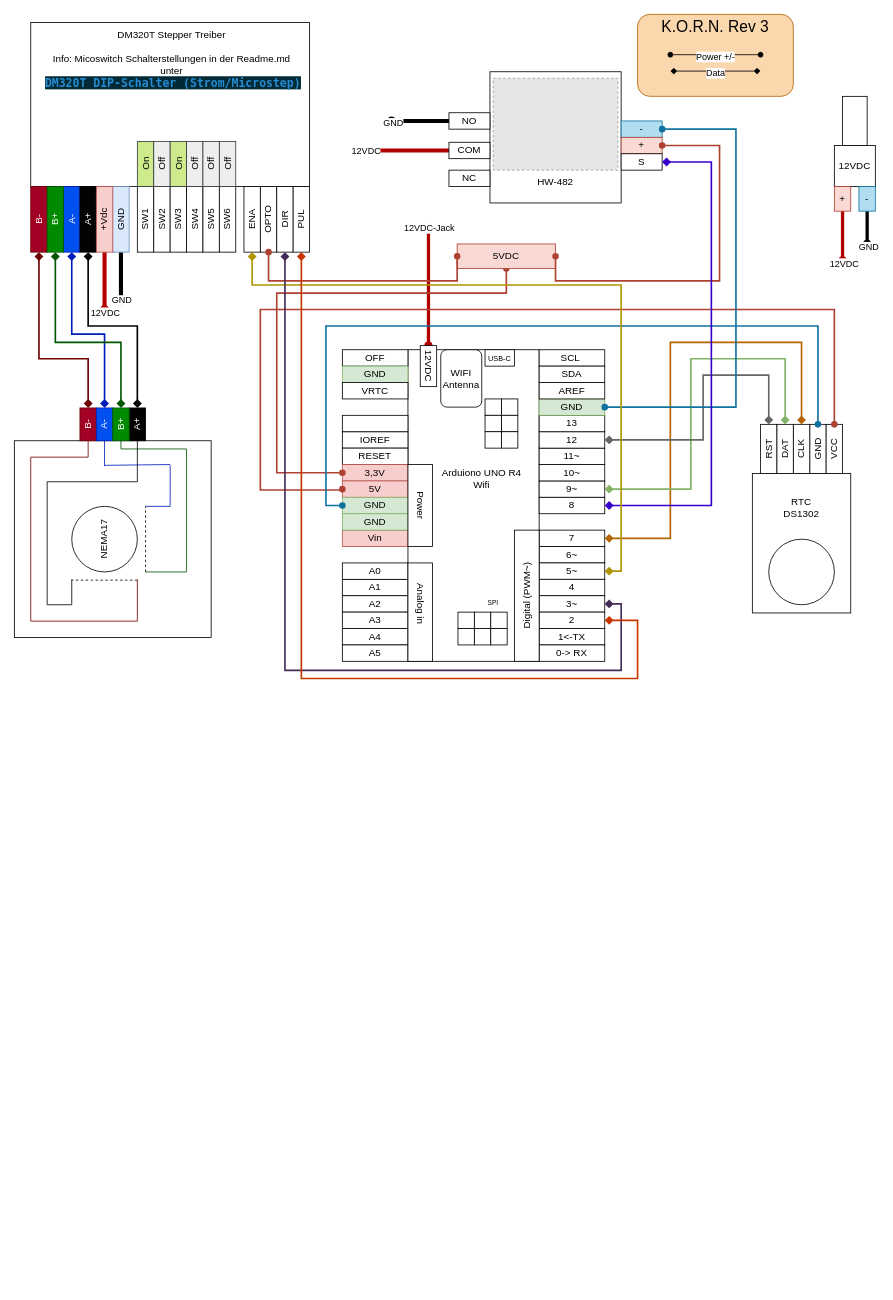
This is KORN_Rev3/pics_video_additional-info/KORN-Schaltplan.drawio from jinxblackzoo/K.O.R.N., a draw.io file, before an edit. Source tidied: cells renumbered, new cells numbered last; positions are measured from the earlier drawing's top-left corner, leaving out a move shared by most shapes. Both pictures are drawn from the tidied source at 82%, with x=0, y=0 at pixel (-2, -35). Pictures stored in the file or linked from it are replaced by grey dashed boxes.
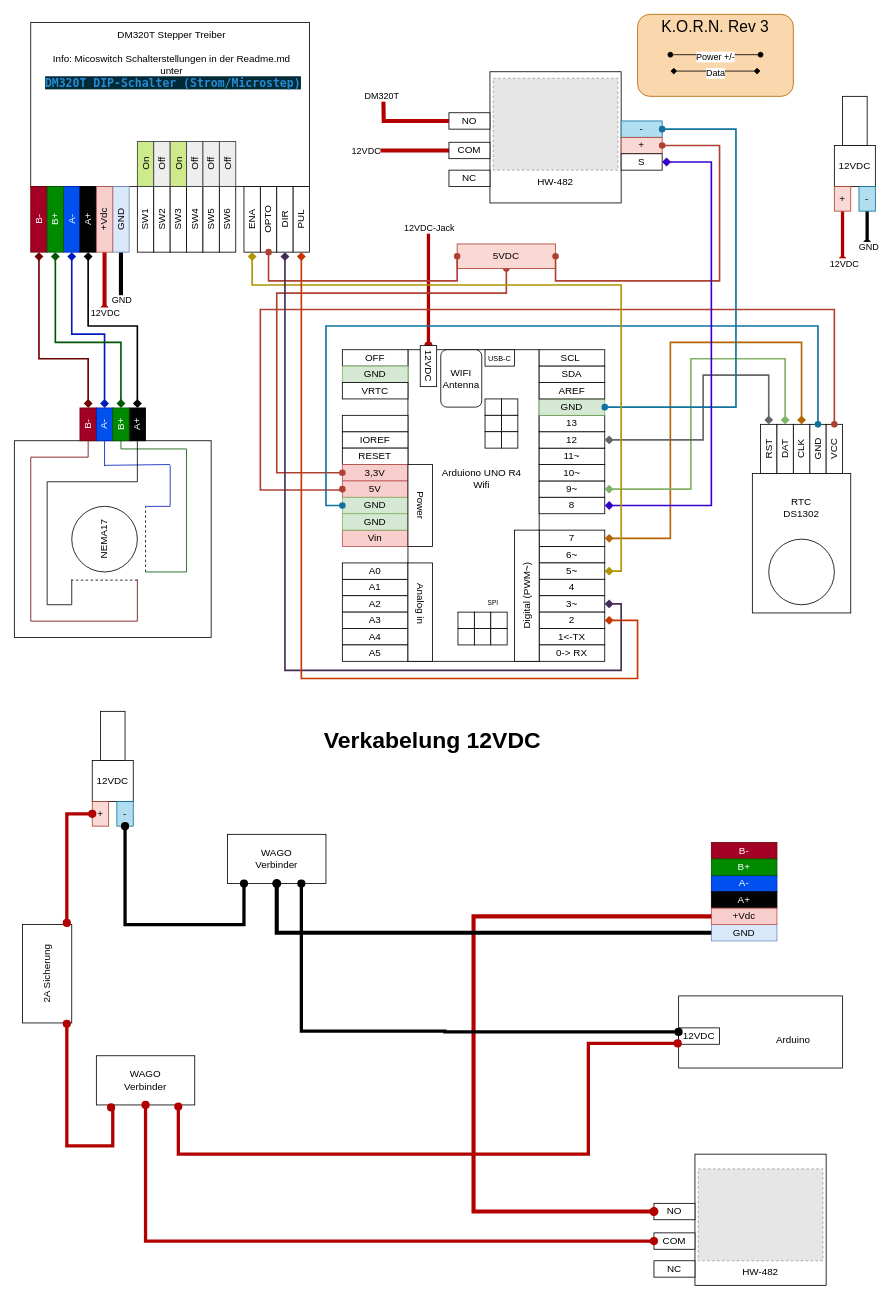
The same page after the edit.

Unchanged cells that the change refers to:
```xml
<mxCell id="94" style="group;" parent="1" vertex="1">
  <mxGeometry x="550" y="130" width="260" height="160" as="geometry" />
</mxCell>
<mxCell id="98" value="NO" style="rounded=0;whiteSpace=wrap;html=1;" parent="94" vertex="1">
  <mxGeometry y="50" width="50" height="20" as="geometry" />
</mxCell>
```

Diff of the diagram source:
```diff
@@
-    <mxCell id="96" style="edgeStyle=orthogonalEdgeStyle;rounded=0;jettySize=auto;html=1;endArrow=oval;endFill=1;strokeWidth=5;" parent="94" edge="1" source="98">
-      <mxGeometry relative="1" as="geometry">
-        <mxPoint x="-70" y="60" as="targetPoint" />
-      </mxGeometry>
-    </mxCell>
-    <mxCell id="97" value="GND" style="edgeLabel;html=1;align=center;verticalAlign=middle;points=[];" parent="96" vertex="1">
-      <mxGeometry x="0.96" y="2" relative="1" as="geometry" />
-    </mxCell>
@@
+    <mxCell id="173" style="group;" parent="1" vertex="1">
+      <mxGeometry x="115" y="910" width="50" height="140" as="geometry" />
+    </mxCell>
+    <mxCell id="174" style="rounded=0;whiteSpace=wrap;html=1;" parent="173" vertex="1">
+      <mxGeometry x="10" width="30" height="60" as="geometry" />
+    </mxCell>
+    <mxCell id="175" value="12VDC" style="rounded=0;whiteSpace=wrap;html=1;" parent="173" vertex="1">
+      <mxGeometry y="60" width="50" height="50" as="geometry" />
+    </mxCell>
+    <mxCell id="176" value="+" style="rounded=0;whiteSpace=wrap;html=1;fillColor=#fad9d5;strokeColor=#ae4132;" parent="173" vertex="1">
+      <mxGeometry y="110" width="20" height="30" as="geometry" />
+    </mxCell>
+    <mxCell id="177" value="-" style="rounded=0;whiteSpace=wrap;html=1;fillColor=#b1ddf0;strokeColor=#10739e;" parent="173" vertex="1">
+      <mxGeometry x="30" y="110" width="20" height="30" as="geometry" />
+    </mxCell>
+    <mxCell id="178" style="rounded=0;whiteSpace=wrap;html=1;align=center;" parent="1" vertex="1">
+      <mxGeometry x="850" y="1450" width="160" height="160" as="geometry" />
+    </mxCell>
+    <mxCell id="179" value="NO" style="rounded=0;whiteSpace=wrap;html=1;" parent="1" vertex="1">
+      <mxGeometry x="800" y="1510" width="50" height="20" as="geometry" />
+    </mxCell>
+    <mxCell id="180" value="COM" style="rounded=0;whiteSpace=wrap;html=1;" parent="1" vertex="1">
+      <mxGeometry x="800" y="1546" width="50" height="20" as="geometry" />
+    </mxCell>
+    <mxCell id="181" value="NC" style="rounded=0;whiteSpace=wrap;html=1;" parent="1" vertex="1">
+      <mxGeometry x="800" y="1580" width="50" height="20" as="geometry" />
+    </mxCell>
+    <mxCell id="182" value="HW-482" style="fillColor=#E6E6E6;strokeColor=#999999;dashed=1;verticalLabelPosition=bottom;labelBackgroundColor=default;verticalAlign=top;" parent="1" vertex="1">
+      <mxGeometry x="854" y="1468" width="152" height="112" as="geometry" />
+    </mxCell>
+    <mxCell id="183" style="group;rotation=0;strokeWidth=2;" parent="1" vertex="1">
+      <mxGeometry x="700" y="940" width="330" height="405" as="geometry" />
+    </mxCell>
+    <mxCell id="184" value="B-" style="rounded=0;whiteSpace=wrap;html=1;fillColor=#a20025;strokeColor=#6F0000;fontColor=#ffffff;rotation=0;" parent="183" vertex="1">
+      <mxGeometry x="170" y="130" width="80" height="20" as="geometry" />
+    </mxCell>
+    <mxCell id="185" value="A-" style="rounded=0;whiteSpace=wrap;html=1;fillColor=#0050ef;fontColor=#ffffff;strokeColor=#001DBC;rotation=0;" parent="183" vertex="1">
+      <mxGeometry x="170" y="170" width="80" height="20" as="geometry" />
+    </mxCell>
+    <mxCell id="186" value="B+" style="rounded=0;whiteSpace=wrap;html=1;fillColor=#008a00;fontColor=#ffffff;strokeColor=#005700;rotation=0;" parent="183" vertex="1">
+      <mxGeometry x="170" y="150" width="80" height="20" as="geometry" />
+    </mxCell>
+    <mxCell id="187" value="&lt;font style=&quot;color: rgb(255, 255, 255);&quot;&gt;A+&lt;/font&gt;" style="rounded=0;whiteSpace=wrap;html=1;fillColor=#030303;rotation=0;" parent="183" vertex="1">
+      <mxGeometry x="170" y="190" width="80" height="20" as="geometry" />
+    </mxCell>
+    <mxCell id="97" value="GND" style="rounded=0;whiteSpace=wrap;html=1;fillColor=#dae8fc;strokeColor=#6c8ebf;rotation=0;" parent="183" vertex="1">
+      <mxGeometry x="170" y="230" width="80" height="20" as="geometry" />
+    </mxCell>
+    <mxCell id="188" value="+Vdc" style="rounded=0;whiteSpace=wrap;html=1;fillColor=#f8cecc;strokeColor=#b85450;rotation=0;" parent="183" vertex="1">
+      <mxGeometry x="170" y="210" width="80" height="20" as="geometry" />
+    </mxCell>
+    <mxCell id="189" style="group;" parent="183" vertex="1">
+      <mxGeometry x="130" y="317" width="200" height="88" as="geometry" />
+    </mxCell>
+    <mxCell id="190" value="12VDC" style="rounded=0;whiteSpace=wrap;html=1;rotation=0;" parent="189" vertex="1">
+      <mxGeometry y="39" width="50" height="20" as="geometry" />
+    </mxCell>
+    <mxCell id="191" style="swimlane;startSize=0;" parent="189" vertex="1">
+      <mxGeometry width="200" height="88" as="geometry" />
+    </mxCell>
+    <mxCell id="192" value="Arduino" style="text;html=1;whiteSpace=wrap;strokeColor=none;fillColor=none;align=center;verticalAlign=middle;rounded=0;" parent="189" vertex="1">
+      <mxGeometry x="110" y="39" width="60" height="30" as="geometry" />
+    </mxCell>
+    <mxCell id="193" value="2A Sicherung" style="rounded=0;whiteSpace=wrap;html=1;direction=west;rotation=-90;" parent="1" vertex="1">
+      <mxGeometry y="1200" width="120" height="60" as="geometry" />
+    </mxCell>
+    <mxCell id="194" style="edgeStyle=orthogonalEdgeStyle;rounded=0;jettySize=auto;html=1;fillColor=#e51400;strokeColor=#B20000;strokeWidth=4;endArrow=oval;endFill=1;entryX=-0.017;entryY=0.1;entryDx=0;entryDy=0;entryPerimeter=0;startArrow=oval;startFill=1;" parent="1" edge="1" source="176" target="193">
+      <mxGeometry relative="1" as="geometry">
+        <Array as="points">
+          <mxPoint x="84" y="1035" />
+        </Array>
+      </mxGeometry>
+    </mxCell>
+    <mxCell id="195" value="WAGO&lt;div&gt;Verbinder&lt;/div&gt;" style="rounded=0;whiteSpace=wrap;html=1;" parent="1" vertex="1">
+      <mxGeometry x="120" y="1330" width="120" height="60" as="geometry" />
+    </mxCell>
+    <mxCell id="196" value="WAGO&lt;div&gt;Verbinder&lt;/div&gt;" style="rounded=0;whiteSpace=wrap;html=1;" parent="1" vertex="1">
+      <mxGeometry x="280" y="1060" width="120" height="60" as="geometry" />
+    </mxCell>
+    <mxCell id="197" style="edgeStyle=orthogonalEdgeStyle;rounded=0;jettySize=auto;html=1;endArrow=oval;endFill=1;strokeWidth=4;entryX=0.167;entryY=1;entryDx=0;entryDy=0;entryPerimeter=0;startArrow=oval;startFill=1;" parent="1" edge="1" source="177" target="196">
+      <mxGeometry relative="1" as="geometry">
+        <Array as="points">
+          <mxPoint x="155" y="1170" />
+          <mxPoint x="300" y="1170" />
+        </Array>
+      </mxGeometry>
+    </mxCell>
+    <mxCell id="198" style="edgeStyle=orthogonalEdgeStyle;rounded=0;jettySize=auto;html=1;fillColor=#e51400;strokeColor=#B20000;strokeWidth=4;endArrow=oval;endFill=1;exitX=1.008;exitY=0.1;exitDx=0;exitDy=0;exitPerimeter=0;entryX=0.15;entryY=1.05;entryDx=0;entryDy=0;entryPerimeter=0;startArrow=oval;startFill=1;" parent="1" edge="1" source="193" target="195">
+      <mxGeometry relative="1" as="geometry">
+        <Array as="points">
+          <mxPoint x="84" y="1440" />
+          <mxPoint x="140" y="1440" />
+          <mxPoint x="140" y="1393" />
+        </Array>
+      </mxGeometry>
+    </mxCell>
+    <mxCell id="199" style="edgeStyle=orthogonalEdgeStyle;rounded=0;jettySize=auto;html=1;fillColor=#e51400;strokeColor=#B20000;strokeWidth=4;endArrow=oval;endFill=1;entryX=0;entryY=0.5;entryDx=0;entryDy=0;exitX=0.5;exitY=1;exitDx=0;exitDy=0;startArrow=oval;startFill=1;" parent="1" edge="1" source="195" target="180">
+      <mxGeometry relative="1" as="geometry">
+        <Array as="points">
+          <mxPoint x="180" y="1556" />
+        </Array>
+      </mxGeometry>
+    </mxCell>
+    <mxCell id="200" style="edgeStyle=orthogonalEdgeStyle;rounded=0;jettySize=auto;html=1;fillColor=#e51400;strokeColor=#B20000;strokeWidth=4;endArrow=oval;endFill=1;exitX=0.833;exitY=1.033;exitDx=0;exitDy=0;startArrow=oval;startFill=1;exitPerimeter=0;entryX=-0.005;entryY=0.659;entryDx=0;entryDy=0;entryPerimeter=0;" parent="1" edge="1" source="195" target="191">
+      <mxGeometry relative="1" as="geometry">
+        <Array as="points">
+          <mxPoint x="220" y="1450" />
+          <mxPoint x="720" y="1450" />
+          <mxPoint x="720" y="1315" />
+        </Array>
+      </mxGeometry>
+    </mxCell>
+    <mxCell id="201" style="edgeStyle=orthogonalEdgeStyle;rounded=0;jettySize=auto;html=1;fillColor=#e51400;strokeColor=#B20000;strokeWidth=5;endArrow=oval;endFill=1;entryX=0;entryY=0.5;entryDx=0;entryDy=0;" parent="1" edge="1" source="188" target="179">
+      <mxGeometry relative="1" as="geometry">
+        <Array as="points">
+          <mxPoint x="580" y="1160" />
+          <mxPoint x="580" y="1520" />
+        </Array>
+      </mxGeometry>
+    </mxCell>
+    <mxCell id="202" value="Verkabelung 12VDC" style="text;html=1;whiteSpace=wrap;strokeColor=none;fillColor=none;align=center;verticalAlign=middle;rounded=0;fontSize=28;fontStyle=1;" parent="1" vertex="1">
+      <mxGeometry x="370" y="930" width="320" height="30" as="geometry" />
+    </mxCell>
+    <mxCell id="203" style="edgeStyle=orthogonalEdgeStyle;rounded=0;jettySize=auto;html=1;fillColor=#e51400;strokeColor=#B20000;endArrow=oval;endFill=1;strokeWidth=5;exitX=0;exitY=0.5;exitDx=0;exitDy=0;" parent="1" edge="1" source="98">
+      <mxGeometry relative="1" as="geometry">
+        <mxPoint x="470" y="160" as="targetPoint" />
+      </mxGeometry>
+    </mxCell>
+    <mxCell id="204" value="DM320T" style="edgeLabel;html=1;align=center;verticalAlign=middle;" parent="203" vertex="1">
+      <mxGeometry x="1" y="1" relative="1" as="geometry">
+        <mxPoint x="-1" as="offset" />
+      </mxGeometry>
+    </mxCell>
+    <mxCell id="205" style="edgeStyle=orthogonalEdgeStyle;rounded=0;jettySize=auto;html=1;strokeWidth=5;endArrow=oval;endFill=1;entryX=0.5;entryY=1;entryDx=0;entryDy=0;" parent="1" edge="1" source="97" target="196">
+      <mxGeometry relative="1" as="geometry" />
+    </mxCell>
+    <mxCell id="206" style="edgeStyle=orthogonalEdgeStyle;rounded=0;jettySize=auto;html=1;endArrow=oval;endFill=1;strokeWidth=4;entryX=0;entryY=0.5;entryDx=0;entryDy=0;startArrow=oval;startFill=1;exitX=0.75;exitY=1;exitDx=0;exitDy=0;" parent="1" edge="1" source="196" target="191">
+      <mxGeometry relative="1" as="geometry">
+        <Array as="points">
+          <mxPoint x="370" y="1300" />
+          <mxPoint x="545" y="1300" />
+          <mxPoint x="545" y="1301" />
+        </Array>
+      </mxGeometry>
+    </mxCell>
```
